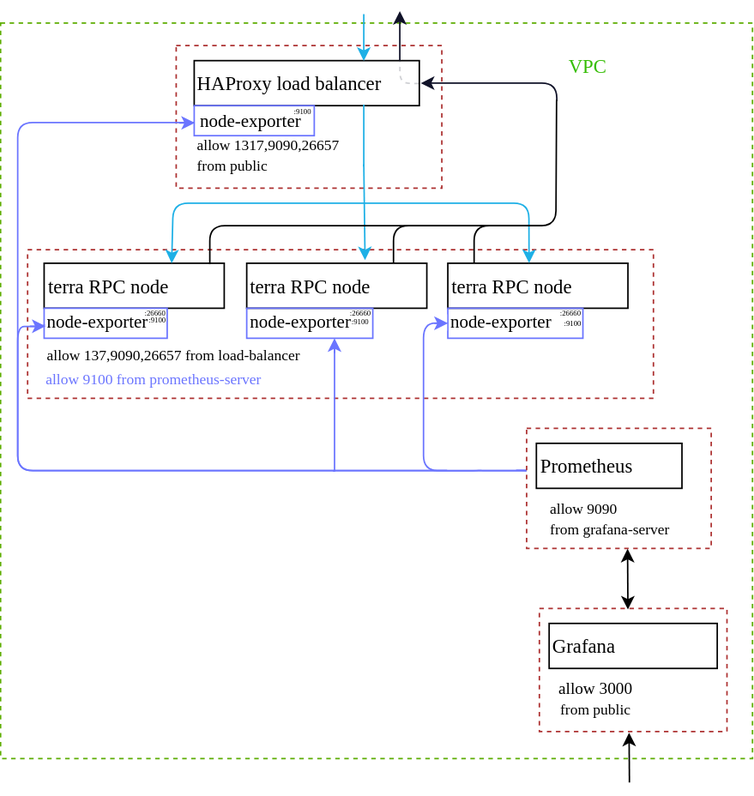
This is topology.svg from M1meer/terra-rpc-loadbalancing-env, a draw.io export, as it was before one commit. Source tidied: cells renumbered, new cells last; positions are measured from the earlier drawing's top-left corner, leaving out a move shared by most shapes.
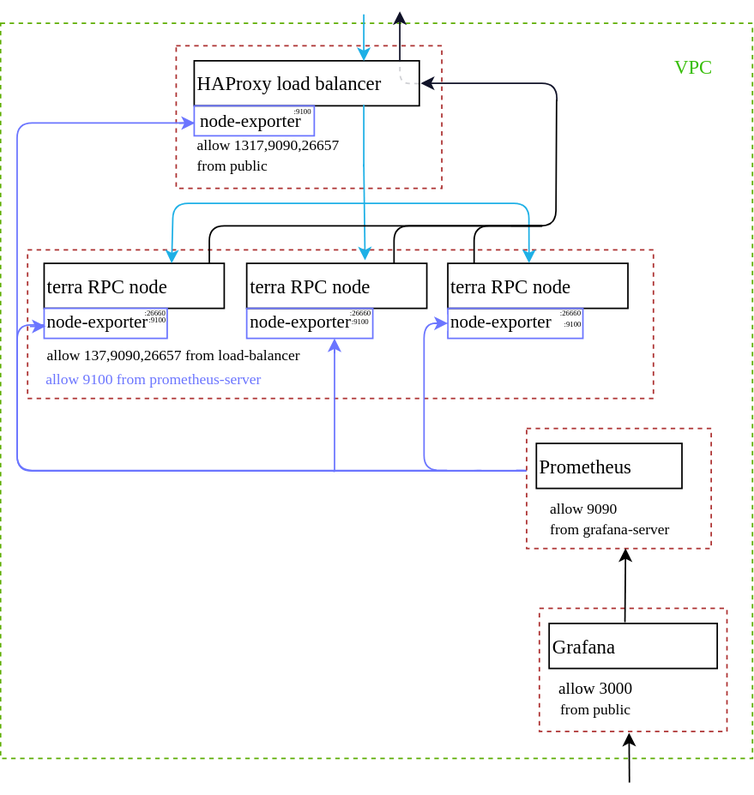
Above is the later version.

Diff of the diagram source:
```diff
@@ -32,8 +32,8 @@
     <mxCell id="11" value="&lt;font face=&quot;Lucida Console&quot; style=&quot;font-size: 13px&quot;&gt;HAProxy load balancer&lt;/font&gt;" style="text;html=1;strokeColor=none;fillColor=none;align=left;verticalAlign=middle;whiteSpace=wrap;rounded=0;" parent="1" vertex="1">
       <mxGeometry x="129" y="38" width="125" height="20" as="geometry" />
     </mxCell>
-    <mxCell id="12" value="&lt;font style=&quot;font-size: 13px&quot; color=&quot;#35bd04&quot; face=&quot;Lucida Console&quot;&gt;VPC&lt;/font&gt;" style="text;html=1;strokeColor=none;fillColor=none;align=center;verticalAlign=middle;whiteSpace=wrap;rounded=0;" parent="1" vertex="1">
-      <mxGeometry x="287.5" y="14.5" width="208" height="44" as="geometry" />
+    <mxCell id="12" value="&lt;font style=&quot;font-size: 13px&quot; color=&quot;#35bd04&quot; face=&quot;Lucida Console&quot;&gt;&amp;nbsp; &amp;nbsp; &amp;nbsp; &amp;nbsp; &amp;nbsp; &amp;nbsp; &amp;nbsp; &amp;nbsp; &amp;nbsp; &amp;nbsp; &amp;nbsp; &amp;nbsp; &amp;nbsp; &amp;nbsp; &amp;nbsp; &amp;nbsp; &amp;nbsp; &amp;nbsp; VPC&lt;/font&gt;" style="text;html=1;strokeColor=none;fillColor=none;align=center;verticalAlign=middle;whiteSpace=wrap;rounded=0;" parent="1" vertex="1">
+      <mxGeometry x="312" y="15" width="183" height="44" as="geometry" />
     </mxCell>
     <mxCell id="13" value="&lt;font face=&quot;Lucida Console&quot; style=&quot;font-size: 13px&quot;&gt;terra RPC node&lt;/font&gt;" style="rounded=0;whiteSpace=wrap;html=1;align=left;" parent="1" vertex="1">
       <mxGeometry x="29" y="168" width="120" height="30" as="geometry" />
@@ -74,9 +74,6 @@
     <mxCell id="25" value="&lt;font face=&quot;Lucida Console&quot; style=&quot;font-size: 10px&quot;&gt;allow 1317,9090,26657 &lt;br&gt;from public&lt;/font&gt;" style="text;html=1;strokeColor=none;fillColor=none;align=left;verticalAlign=middle;whiteSpace=wrap;rounded=0;dashed=1;" parent="1" vertex="1">
       <mxGeometry x="129" y="83" width="173" height="25" as="geometry" />
     </mxCell>
-    <mxCell id="26" style="endArrow=classic;startArrow=classic;html=1;entryX=0.448;entryY=1.007;entryDx=0;entryDy=0;entryPerimeter=0;exitX=0.472;exitY=0.009;exitDx=0;exitDy=0;exitPerimeter=0;" parent="1" edge="1" source="8" target="62">
-      <mxGeometry relative="1" as="geometry" />
-    </mxCell>
     <mxCell id="27" value="&lt;font style=&quot;font-size: 10px&quot; face=&quot;Lucida Console&quot;&gt;&lt;font color=&quot;#6b75ff&quot;&gt;allow 9100 from prometheus-server&lt;/font&gt;&lt;br&gt;&lt;/font&gt;" style="text;html=1;" parent="1" vertex="1">
       <mxGeometry x="28" y="231" width="171" height="22" as="geometry" />
     </mxCell>
@@ -323,5 +320,8 @@
         </Array>
       </mxGeometry>
     </mxCell>
+    <mxCell id="80" style="endArrow=classic;html=1;strokeColor=#000000;entryX=0.536;entryY=0.999;entryDx=0;entryDy=0;entryPerimeter=0;exitX=0.451;exitY=-0.028;exitDx=0;exitDy=0;exitPerimeter=0;" parent="1" edge="1" source="16" target="63">
+      <mxGeometry relative="1" as="geometry" />
+    </mxCell>
   </root>
 </mxGraphModel>
```
